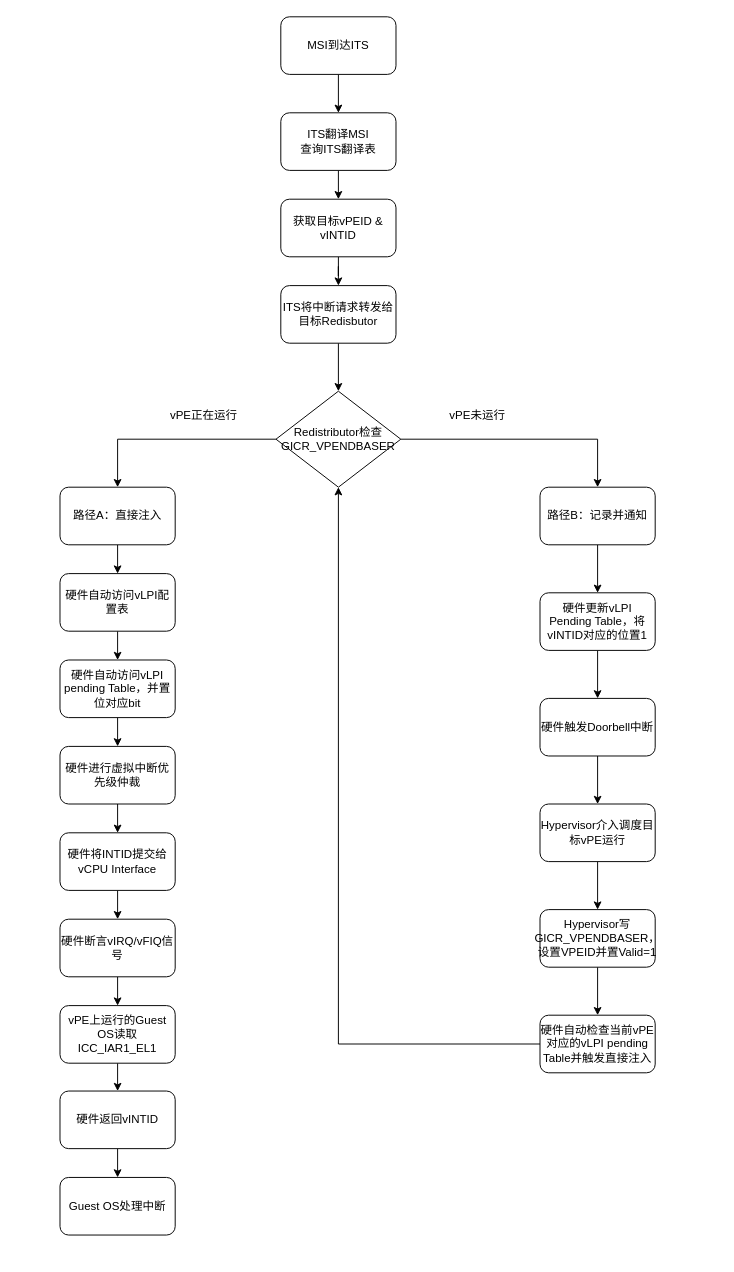
Earlier version of the draw.io diagram store_picture/门铃机制.drawio (LQ0623/draw_io_picture). Source tidied: cells renumbered, new cells numbered last; positions are measured from the earlier drawing's top-left corner, leaving out a move shared by most shapes. Both pictures are drawn from the tidied source at 96%, with x=0, y=0 at pixel (60, 16).
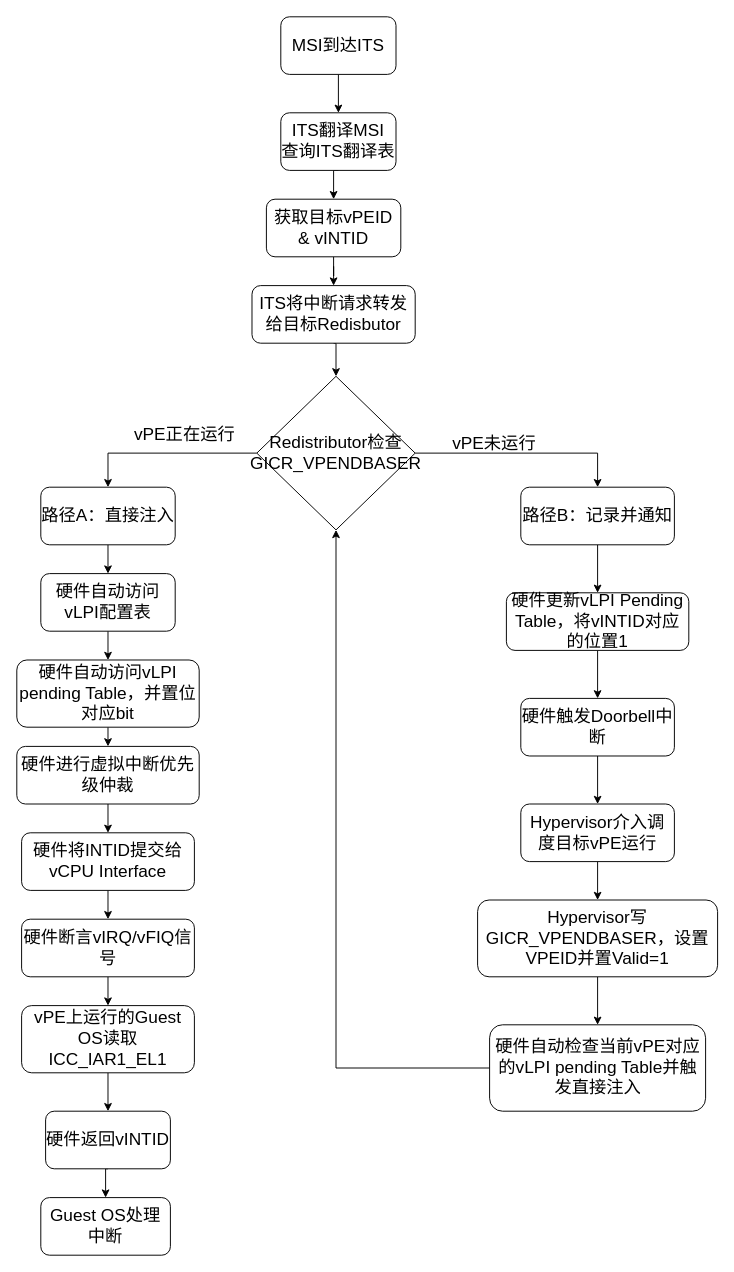
Above is the later version.

Commit message:
更新门铃机制.drawio

What changed in the source:
```diff
@@
-    <mxCell id="2" style="edgeStyle=orthogonalEdgeStyle;rounded=0;jettySize=auto;html=1;exitX=0.5;exitY=1;exitDx=0;exitDy=0;entryX=0.5;entryY=0;entryDx=0;entryDy=0;" parent="1" edge="1" source="3" target="5">
+    <mxCell id="2" style="edgeStyle=orthogonalEdgeStyle;rounded=0;jettySize=auto;html=1;exitX=0.5;exitY=1;exitDx=0;exitDy=0;entryX=0.5;entryY=0;entryDx=0;entryDy=0;fontSize=18;" parent="1" edge="1" source="3" target="5">
       <mxGeometry relative="1" as="geometry" />
     </mxCell>
-    <mxCell id="3" value="MSI到达ITS" style="rounded=1;whiteSpace=wrap;html=1;" parent="1" vertex="1">
+    <mxCell id="3" value="MSI到达ITS" style="rounded=1;whiteSpace=wrap;html=1;fontSize=18;" parent="1" vertex="1">
       <mxGeometry x="230" width="120" height="60" as="geometry" />
     </mxCell>
-    <mxCell id="4" style="edgeStyle=orthogonalEdgeStyle;rounded=0;jettySize=auto;html=1;exitX=0.5;exitY=1;exitDx=0;exitDy=0;entryX=0.5;entryY=0;entryDx=0;entryDy=0;" parent="1" edge="1" source="5" target="12">
+    <mxCell id="4" style="edgeStyle=orthogonalEdgeStyle;rounded=0;jettySize=auto;html=1;exitX=0.5;exitY=1;exitDx=0;exitDy=0;entryX=0.5;entryY=0;entryDx=0;entryDy=0;fontSize=18;" parent="1" edge="1" source="5" target="12">
       <mxGeometry relative="1" as="geometry" />
     </mxCell>
-    <mxCell id="5" value="ITS翻译MSI&lt;br&gt;查询ITS翻译表" style="rounded=1;whiteSpace=wrap;html=1;" parent="1" vertex="1">
+    <mxCell id="5" value="ITS翻译MSI&lt;br&gt;查询ITS翻译表" style="rounded=1;whiteSpace=wrap;html=1;fontSize=18;" parent="1" vertex="1">
       <mxGeometry x="230" y="100" width="120" height="60" as="geometry" />
     </mxCell>
-    <mxCell id="6" style="edgeStyle=orthogonalEdgeStyle;rounded=0;jettySize=auto;html=1;exitX=1;exitY=0.5;exitDx=0;exitDy=0;entryX=0.5;entryY=0;entryDx=0;entryDy=0;" parent="1" edge="1" source="8" target="39">
+    <mxCell id="6" style="edgeStyle=orthogonalEdgeStyle;rounded=0;jettySize=auto;html=1;exitX=1;exitY=0.5;exitDx=0;exitDy=0;entryX=0.5;entryY=0;entryDx=0;entryDy=0;fontSize=18;" parent="1" edge="1" source="8" target="39">
       <mxGeometry relative="1" as="geometry" />
     </mxCell>
-    <mxCell id="7" style="edgeStyle=orthogonalEdgeStyle;rounded=0;jettySize=auto;html=1;exitX=0;exitY=0.5;exitDx=0;exitDy=0;entryX=0.5;entryY=0;entryDx=0;entryDy=0;" parent="1" edge="1" source="8" target="16">
+    <mxCell id="7" style="edgeStyle=orthogonalEdgeStyle;rounded=0;jettySize=auto;html=1;exitX=0;exitY=0.5;exitDx=0;exitDy=0;entryX=0.5;entryY=0;entryDx=0;entryDy=0;fontSize=18;" parent="1" edge="1" source="8" target="16">
       <mxGeometry relative="1" as="geometry" />
     </mxCell>
-    <mxCell id="8" value="Redistributor检查GICR_VPENDBASER" style="rhombus;whiteSpace=wrap;html=1;" parent="1" vertex="1">
-      <mxGeometry x="225" y="390" width="130" height="100" as="geometry" />
+    <mxCell id="8" value="Redistributor检查GICR_VPENDBASER" style="rhombus;whiteSpace=wrap;html=1;fontSize=18;" parent="1" vertex="1">
+      <mxGeometry x="205" y="374.5" width="165" height="160" as="geometry" />
     </mxCell>
-    <mxCell id="9" value="vPE正在运行" style="text;html=1;whiteSpace=wrap;strokeColor=none;fillColor=none;align=center;verticalAlign=middle;rounded=0;" parent="1" vertex="1">
-      <mxGeometry x="110" y="400" width="80" height="30" as="geometry" />
+    <mxCell id="9" value="vPE正在运行" style="text;html=1;whiteSpace=wrap;strokeColor=none;fillColor=none;align=center;verticalAlign=middle;rounded=0;fontSize=18;" parent="1" vertex="1">
+      <mxGeometry x="70" y="420" width="120" height="30" as="geometry" />
     </mxCell>
-    <mxCell id="10" value="vPE未运行" style="text;html=1;whiteSpace=wrap;strokeColor=none;fillColor=none;align=center;verticalAlign=middle;rounded=0;" parent="1" vertex="1">
-      <mxGeometry x="405" y="400" width="60" height="30" as="geometry" />
+    <mxCell id="10" value="vPE未运行" style="text;html=1;whiteSpace=wrap;strokeColor=none;fillColor=none;align=center;verticalAlign=middle;rounded=0;fontSize=18;" parent="1" vertex="1">
+      <mxGeometry x="405" y="430" width="95" height="30" as="geometry" />
     </mxCell>
-    <mxCell id="11" style="edgeStyle=orthogonalEdgeStyle;rounded=0;jettySize=auto;html=1;exitX=0.5;exitY=1;exitDx=0;exitDy=0;" parent="1" edge="1" source="12" target="14">
+    <mxCell id="11" style="edgeStyle=orthogonalEdgeStyle;rounded=0;jettySize=auto;html=1;exitX=0.5;exitY=1;exitDx=0;exitDy=0;fontSize=18;" parent="1" edge="1" source="12" target="14">
       <mxGeometry relative="1" as="geometry" />
     </mxCell>
-    <mxCell id="12" value="获取目标vPEID &amp;amp; vINTID" style="rounded=1;whiteSpace=wrap;html=1;" parent="1" vertex="1">
-      <mxGeometry x="230" y="190" width="120" height="60" as="geometry" />
+    <mxCell id="12" value="获取目标vPEID &amp;amp; vINTID" style="rounded=1;whiteSpace=wrap;html=1;fontSize=18;" parent="1" vertex="1">
+      <mxGeometry x="215" y="190" width="140" height="60" as="geometry" />
     </mxCell>
-    <mxCell id="13" style="edgeStyle=orthogonalEdgeStyle;rounded=0;jettySize=auto;html=1;exitX=0.5;exitY=1;exitDx=0;exitDy=0;entryX=0.5;entryY=0;entryDx=0;entryDy=0;" parent="1" edge="1" source="14" target="8">
+    <mxCell id="13" style="edgeStyle=orthogonalEdgeStyle;rounded=0;jettySize=auto;html=1;exitX=0.5;exitY=1;exitDx=0;exitDy=0;entryX=0.5;entryY=0;entryDx=0;entryDy=0;fontSize=18;" parent="1" edge="1" source="14" target="8">
       <mxGeometry relative="1" as="geometry" />
     </mxCell>
-    <mxCell id="14" value="ITS将中断请求转发给目标Redisbutor" style="rounded=1;whiteSpace=wrap;html=1;" parent="1" vertex="1">
-      <mxGeometry x="230" y="280" width="120" height="60" as="geometry" />
+    <mxCell id="14" value="ITS将中断请求转发给目标Redisbutor" style="rounded=1;whiteSpace=wrap;html=1;fontSize=18;" parent="1" vertex="1">
+      <mxGeometry x="200" y="280" width="170" height="60" as="geometry" />
     </mxCell>
-    <mxCell id="15" style="edgeStyle=orthogonalEdgeStyle;rounded=0;jettySize=auto;html=1;exitX=0.5;exitY=1;exitDx=0;exitDy=0;entryX=0.5;entryY=0;entryDx=0;entryDy=0;" parent="1" edge="1" source="16" target="18">
+    <mxCell id="15" style="edgeStyle=orthogonalEdgeStyle;rounded=0;jettySize=auto;html=1;exitX=0.5;exitY=1;exitDx=0;exitDy=0;entryX=0.5;entryY=0;entryDx=0;entryDy=0;fontSize=18;" parent="1" edge="1" source="16" target="18">
       <mxGeometry relative="1" as="geometry" />
     </mxCell>
-    <mxCell id="16" value="路径A：直接注入" style="rounded=1;whiteSpace=wrap;html=1;" parent="1" vertex="1">
-      <mxGeometry y="490" width="120" height="60" as="geometry" />
+    <mxCell id="16" value="路径A：直接注入" style="rounded=1;whiteSpace=wrap;html=1;fontSize=18;" parent="1" vertex="1">
+      <mxGeometry x="-20" y="490" width="140" height="60" as="geometry" />
     </mxCell>
-    <mxCell id="17" style="edgeStyle=orthogonalEdgeStyle;rounded=0;jettySize=auto;html=1;exitX=0.5;exitY=1;exitDx=0;exitDy=0;entryX=0.5;entryY=0;entryDx=0;entryDy=0;" parent="1" edge="1" source="18" target="20">
+    <mxCell id="17" style="edgeStyle=orthogonalEdgeStyle;rounded=0;jettySize=auto;html=1;exitX=0.5;exitY=1;exitDx=0;exitDy=0;entryX=0.5;entryY=0;entryDx=0;entryDy=0;fontSize=18;" parent="1" edge="1" source="18" target="20">
       <mxGeometry relative="1" as="geometry" />
     </mxCell>
-    <mxCell id="18" value="硬件自动访问vLPI配置表" style="rounded=1;whiteSpace=wrap;html=1;" parent="1" vertex="1">
-      <mxGeometry y="580" width="120" height="60" as="geometry" />
+    <mxCell id="18" value="硬件自动访问vLPI配置表" style="rounded=1;whiteSpace=wrap;html=1;fontSize=18;" parent="1" vertex="1">
+      <mxGeometry x="-20" y="580" width="140" height="60" as="geometry" />
     </mxCell>
-    <mxCell id="19" style="edgeStyle=orthogonalEdgeStyle;rounded=0;jettySize=auto;html=1;exitX=0.5;exitY=1;exitDx=0;exitDy=0;entryX=0.5;entryY=0;entryDx=0;entryDy=0;" parent="1" edge="1" source="20" target="28">
+    <mxCell id="19" style="edgeStyle=orthogonalEdgeStyle;rounded=0;jettySize=auto;html=1;exitX=0.5;exitY=1;exitDx=0;exitDy=0;entryX=0.5;entryY=0;entryDx=0;entryDy=0;fontSize=18;" parent="1" edge="1" source="20" target="28">
       <mxGeometry relative="1" as="geometry" />
     </mxCell>
-    <mxCell id="20" value="硬件自动访问vLPI pending Table，并置位对应bit" style="rounded=1;whiteSpace=wrap;html=1;" parent="1" vertex="1">
-      <mxGeometry y="670" width="120" height="60" as="geometry" />
+    <mxCell id="20" value="硬件自动访问vLPI pending Table，并置位对应bit" style="rounded=1;whiteSpace=wrap;html=1;fontSize=18;" parent="1" vertex="1">
+      <mxGeometry x="-45" y="670" width="190" height="70" as="geometry" />
     </mxCell>
-    <mxCell id="21" style="edgeStyle=orthogonalEdgeStyle;rounded=0;jettySize=auto;html=1;exitX=0.5;exitY=1;exitDx=0;exitDy=0;" parent="1" edge="1" source="22" target="24">
+    <mxCell id="21" style="edgeStyle=orthogonalEdgeStyle;rounded=0;jettySize=auto;html=1;exitX=0.5;exitY=1;exitDx=0;exitDy=0;fontSize=18;" parent="1" edge="1" source="22" target="24">
       <mxGeometry relative="1" as="geometry" />
     </mxCell>
-    <mxCell id="22" value="Hypervisor介入调度目标vPE运行" style="rounded=1;whiteSpace=wrap;html=1;" parent="1" vertex="1">
-      <mxGeometry x="500" y="820" width="120" height="60" as="geometry" />
+    <mxCell id="22" value="Hypervisor介入调度目标vPE运行" style="rounded=1;whiteSpace=wrap;html=1;fontSize=18;" parent="1" vertex="1">
+      <mxGeometry x="480" y="820" width="160" height="60" as="geometry" />
     </mxCell>
-    <mxCell id="23" style="edgeStyle=orthogonalEdgeStyle;rounded=0;jettySize=auto;html=1;exitX=0.5;exitY=1;exitDx=0;exitDy=0;entryX=0.5;entryY=0;entryDx=0;entryDy=0;" parent="1" edge="1" source="24" target="26">
+    <mxCell id="23" style="edgeStyle=orthogonalEdgeStyle;rounded=0;jettySize=auto;html=1;exitX=0.5;exitY=1;exitDx=0;exitDy=0;entryX=0.5;entryY=0;entryDx=0;entryDy=0;fontSize=18;" parent="1" edge="1" source="24" target="26">
       <mxGeometry relative="1" as="geometry" />
     </mxCell>
-    <mxCell id="24" value="Hypervisor写GICR_VPENDBASER，设置VPEID并置Valid=1" style="rounded=1;whiteSpace=wrap;html=1;" parent="1" vertex="1">
-      <mxGeometry x="500" y="930" width="120" height="60" as="geometry" />
+    <mxCell id="24" value="Hypervisor写GICR_VPENDBASER，设置VPEID并置Valid=1" style="rounded=1;whiteSpace=wrap;html=1;fontSize=18;" parent="1" vertex="1">
+      <mxGeometry x="435" y="920" width="250" height="80" as="geometry" />
     </mxCell>
-    <mxCell id="25" style="edgeStyle=orthogonalEdgeStyle;rounded=0;jettySize=auto;html=1;exitX=0;exitY=0.5;exitDx=0;exitDy=0;entryX=0.5;entryY=1;entryDx=0;entryDy=0;" parent="1" edge="1" source="26" target="8">
+    <mxCell id="25" style="edgeStyle=orthogonalEdgeStyle;rounded=0;jettySize=auto;html=1;exitX=0;exitY=0.5;exitDx=0;exitDy=0;entryX=0.5;entryY=1;entryDx=0;entryDy=0;fontSize=18;" parent="1" edge="1" source="26" target="8">
       <mxGeometry relative="1" as="geometry" />
     </mxCell>
-    <mxCell id="26" value="硬件自动检查当前vPE对应的vLPI pending Table并触发直接注入" style="rounded=1;whiteSpace=wrap;html=1;" parent="1" vertex="1">
-      <mxGeometry x="500" y="1040" width="120" height="60" as="geometry" />
+    <mxCell id="26" value="硬件自动检查当前vPE对应的vLPI pending Table并触发直接注入" style="rounded=1;whiteSpace=wrap;html=1;fontSize=18;" parent="1" vertex="1">
+      <mxGeometry x="447.5" y="1050" width="225" height="90" as="geometry" />
     </mxCell>
-    <mxCell id="27" style="edgeStyle=orthogonalEdgeStyle;rounded=0;jettySize=auto;html=1;exitX=0.5;exitY=1;exitDx=0;exitDy=0;entryX=0.5;entryY=0;entryDx=0;entryDy=0;" parent="1" edge="1" source="28" target="30">
+    <mxCell id="27" style="edgeStyle=orthogonalEdgeStyle;rounded=0;jettySize=auto;html=1;exitX=0.5;exitY=1;exitDx=0;exitDy=0;entryX=0.5;entryY=0;entryDx=0;entryDy=0;fontSize=18;" parent="1" edge="1" source="28" target="30">
       <mxGeometry relative="1" as="geometry" />
     </mxCell>
-    <mxCell id="28" value="硬件进行虚拟中断优先级仲裁" style="rounded=1;whiteSpace=wrap;html=1;" parent="1" vertex="1">
-      <mxGeometry y="760" width="120" height="60" as="geometry" />
+    <mxCell id="28" value="硬件进行虚拟中断优先级仲裁" style="rounded=1;whiteSpace=wrap;html=1;fontSize=18;" parent="1" vertex="1">
+      <mxGeometry x="-45" y="760" width="190" height="60" as="geometry" />
     </mxCell>
-    <mxCell id="29" style="edgeStyle=orthogonalEdgeStyle;rounded=0;jettySize=auto;html=1;exitX=0.5;exitY=1;exitDx=0;exitDy=0;entryX=0.5;entryY=0;entryDx=0;entryDy=0;" parent="1" edge="1" source="30" target="32">
+    <mxCell id="29" style="edgeStyle=orthogonalEdgeStyle;rounded=0;jettySize=auto;html=1;exitX=0.5;exitY=1;exitDx=0;exitDy=0;entryX=0.5;entryY=0;entryDx=0;entryDy=0;fontSize=18;" parent="1" edge="1" source="30" target="32">
       <mxGeometry relative="1" as="geometry" />
     </mxCell>
-    <mxCell id="30" value="硬件将INTID提交给vCPU Interface" style="rounded=1;whiteSpace=wrap;html=1;" parent="1" vertex="1">
-      <mxGeometry y="850" width="120" height="60" as="geometry" />
+    <mxCell id="30" value="硬件将INTID提交给vCPU Interface" style="rounded=1;whiteSpace=wrap;html=1;fontSize=18;" parent="1" vertex="1">
+      <mxGeometry x="-40" y="850" width="180" height="60" as="geometry" />
     </mxCell>
-    <mxCell id="31" style="edgeStyle=orthogonalEdgeStyle;rounded=0;jettySize=auto;html=1;exitX=0.5;exitY=1;exitDx=0;exitDy=0;entryX=0.5;entryY=0;entryDx=0;entryDy=0;" parent="1" edge="1" source="32" target="34">
+    <mxCell id="31" style="edgeStyle=orthogonalEdgeStyle;rounded=0;jettySize=auto;html=1;exitX=0.5;exitY=1;exitDx=0;exitDy=0;entryX=0.5;entryY=0;entryDx=0;entryDy=0;fontSize=18;" parent="1" edge="1" source="32" target="34">
       <mxGeometry relative="1" as="geometry" />
     </mxCell>
-    <mxCell id="32" value="硬件断言vIRQ/vFIQ信号" style="rounded=1;whiteSpace=wrap;html=1;" parent="1" vertex="1">
-      <mxGeometry y="940" width="120" height="60" as="geometry" />
+    <mxCell id="32" value="硬件断言vIRQ/vFIQ信号" style="rounded=1;whiteSpace=wrap;html=1;fontSize=18;" parent="1" vertex="1">
+      <mxGeometry x="-40" y="940" width="180" height="60" as="geometry" />
     </mxCell>
-    <mxCell id="33" style="edgeStyle=orthogonalEdgeStyle;rounded=0;jettySize=auto;html=1;exitX=0.5;exitY=1;exitDx=0;exitDy=0;entryX=0.5;entryY=0;entryDx=0;entryDy=0;" parent="1" edge="1" source="34" target="36">
+    <mxCell id="33" style="edgeStyle=orthogonalEdgeStyle;rounded=0;jettySize=auto;html=1;exitX=0.5;exitY=1;exitDx=0;exitDy=0;entryX=0.5;entryY=0;entryDx=0;entryDy=0;fontSize=18;" parent="1" edge="1" source="34" target="36">
       <mxGeometry relative="1" as="geometry" />
     </mxCell>
-    <mxCell id="34" value="vPE上运行的Guest OS读取ICC_IAR1_EL1" style="rounded=1;whiteSpace=wrap;html=1;" parent="1" vertex="1">
-      <mxGeometry y="1030" width="120" height="60" as="geometry" />
+    <mxCell id="34" value="vPE上运行的Guest OS读取ICC_IAR1_EL1" style="rounded=1;whiteSpace=wrap;html=1;fontSize=18;" parent="1" vertex="1">
+      <mxGeometry x="-40" y="1030" width="180" height="70" as="geometry" />
     </mxCell>
-    <mxCell id="35" style="edgeStyle=orthogonalEdgeStyle;rounded=0;jettySize=auto;html=1;exitX=0.5;exitY=1;exitDx=0;exitDy=0;entryX=0.5;entryY=0;entryDx=0;entryDy=0;" parent="1" edge="1" source="36" target="37">
+    <mxCell id="35" style="edgeStyle=orthogonalEdgeStyle;rounded=0;jettySize=auto;html=1;exitX=0.5;exitY=1;exitDx=0;exitDy=0;entryX=0.5;entryY=0;entryDx=0;entryDy=0;fontSize=18;" parent="1" edge="1" source="36" target="37">
       <mxGeometry relative="1" as="geometry" />
     </mxCell>
-    <mxCell id="36" value="硬件返回vINTID" style="rounded=1;whiteSpace=wrap;html=1;" parent="1" vertex="1">
-      <mxGeometry y="1119" width="120" height="60" as="geometry" />
+    <mxCell id="36" value="硬件返回vINTID" style="rounded=1;whiteSpace=wrap;html=1;fontSize=18;" parent="1" vertex="1">
+      <mxGeometry x="-15" y="1140" width="130" height="60" as="geometry" />
     </mxCell>
-    <mxCell id="37" value="Guest OS处理中断" style="rounded=1;whiteSpace=wrap;html=1;" parent="1" vertex="1">
-      <mxGeometry y="1209" width="120" height="60" as="geometry" />
+    <mxCell id="37" value="Guest OS处理中断" style="rounded=1;whiteSpace=wrap;html=1;fontSize=18;" parent="1" vertex="1">
+      <mxGeometry x="-20" y="1230" width="135" height="60" as="geometry" />
     </mxCell>
-    <mxCell id="38" style="edgeStyle=orthogonalEdgeStyle;rounded=0;jettySize=auto;html=1;exitX=0.5;exitY=1;exitDx=0;exitDy=0;entryX=0.5;entryY=0;entryDx=0;entryDy=0;" parent="1" edge="1" source="39" target="41">
+    <mxCell id="38" style="edgeStyle=orthogonalEdgeStyle;rounded=0;jettySize=auto;html=1;exitX=0.5;exitY=1;exitDx=0;exitDy=0;entryX=0.5;entryY=0;entryDx=0;entryDy=0;fontSize=18;" parent="1" edge="1" source="39" target="41">
       <mxGeometry relative="1" as="geometry" />
     </mxCell>
-    <mxCell id="39" value="路径B：记录并通知" style="rounded=1;whiteSpace=wrap;html=1;" parent="1" vertex="1">
-      <mxGeometry x="500" y="490" width="120" height="60" as="geometry" />
+    <mxCell id="39" value="路径B：记录并通知" style="rounded=1;whiteSpace=wrap;html=1;fontSize=18;" parent="1" vertex="1">
+      <mxGeometry x="480" y="490" width="160" height="60" as="geometry" />
     </mxCell>
-    <mxCell id="40" style="edgeStyle=orthogonalEdgeStyle;rounded=0;jettySize=auto;html=1;exitX=0.5;exitY=1;exitDx=0;exitDy=0;entryX=0.5;entryY=0;entryDx=0;entryDy=0;" parent="1" edge="1" source="41" target="43">
+    <mxCell id="40" style="edgeStyle=orthogonalEdgeStyle;rounded=0;jettySize=auto;html=1;exitX=0.5;exitY=1;exitDx=0;exitDy=0;entryX=0.5;entryY=0;entryDx=0;entryDy=0;fontSize=18;" parent="1" edge="1" source="41" target="43">
       <mxGeometry relative="1" as="geometry" />
     </mxCell>
-    <mxCell id="41" value="硬件更新vLPI Pending Table，将vINTID对应的位置1" style="rounded=1;whiteSpace=wrap;html=1;" parent="1" vertex="1">
-      <mxGeometry x="500" y="600" width="120" height="60" as="geometry" />
+    <mxCell id="41" value="硬件更新vLPI Pending Table，将vINTID对应的位置1" style="rounded=1;whiteSpace=wrap;html=1;fontSize=18;" parent="1" vertex="1">
+      <mxGeometry x="465" y="600" width="190" height="60" as="geometry" />
     </mxCell>
-    <mxCell id="42" style="edgeStyle=orthogonalEdgeStyle;rounded=0;jettySize=auto;html=1;exitX=0.5;exitY=1;exitDx=0;exitDy=0;entryX=0.5;entryY=0;entryDx=0;entryDy=0;" parent="1" edge="1" source="43" target="22">
+    <mxCell id="42" style="edgeStyle=orthogonalEdgeStyle;rounded=0;jettySize=auto;html=1;exitX=0.5;exitY=1;exitDx=0;exitDy=0;entryX=0.5;entryY=0;entryDx=0;entryDy=0;fontSize=18;" parent="1" edge="1" source="43" target="22">
       <mxGeometry relative="1" as="geometry" />
     </mxCell>
-    <mxCell id="43" value="硬件触发Doorbell中断" style="rounded=1;whiteSpace=wrap;html=1;" parent="1" vertex="1">
-      <mxGeometry x="500" y="710" width="120" height="60" as="geometry" />
+    <mxCell id="43" value="硬件触发Doorbell中断" style="rounded=1;whiteSpace=wrap;html=1;fontSize=18;" parent="1" vertex="1">
+      <mxGeometry x="480" y="710" width="160" height="60" as="geometry" />
     </mxCell>
```
